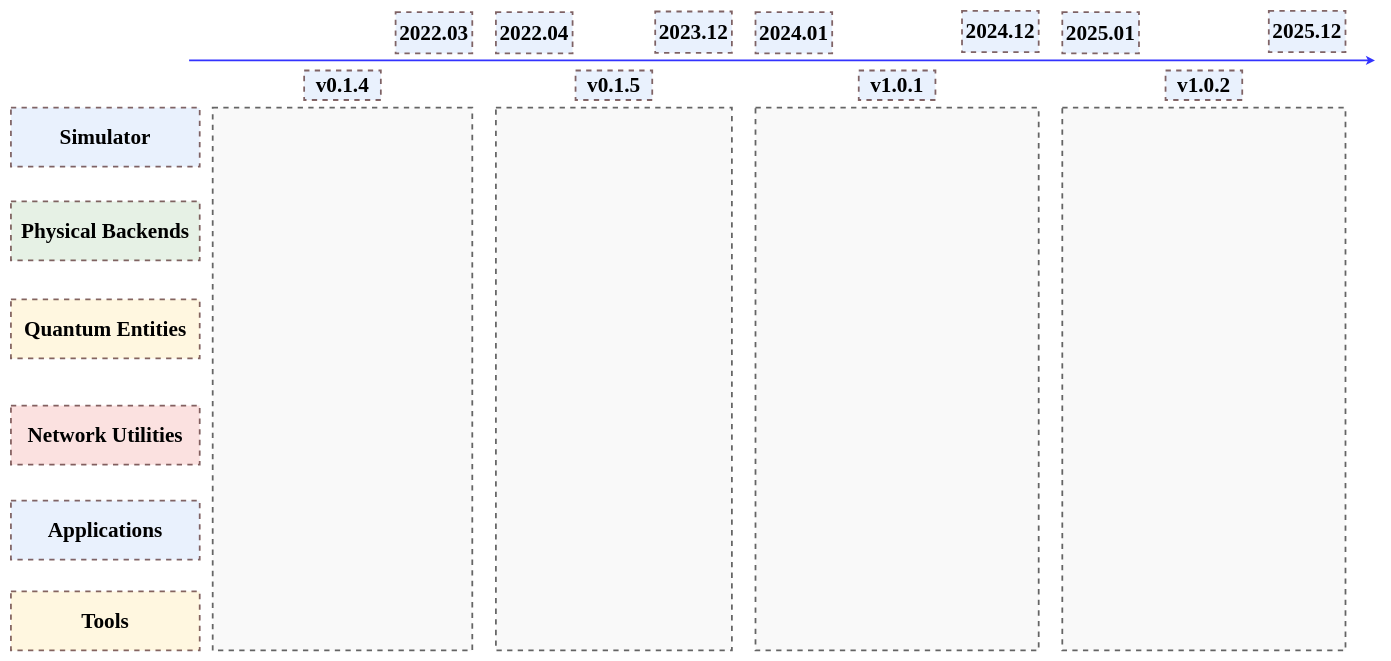
Earlier version of the draw.io diagram 未命名绘图.drawio (yyq2020/simqn_roadmap). Source tidied: cells renumbered, new cells numbered last; positions are measured from the earlier drawing's top-left corner, leaving out a move shared by most shapes. Both pictures are drawn from the tidied source at 59%, with x=0, y=0 at pixel (11, 11).
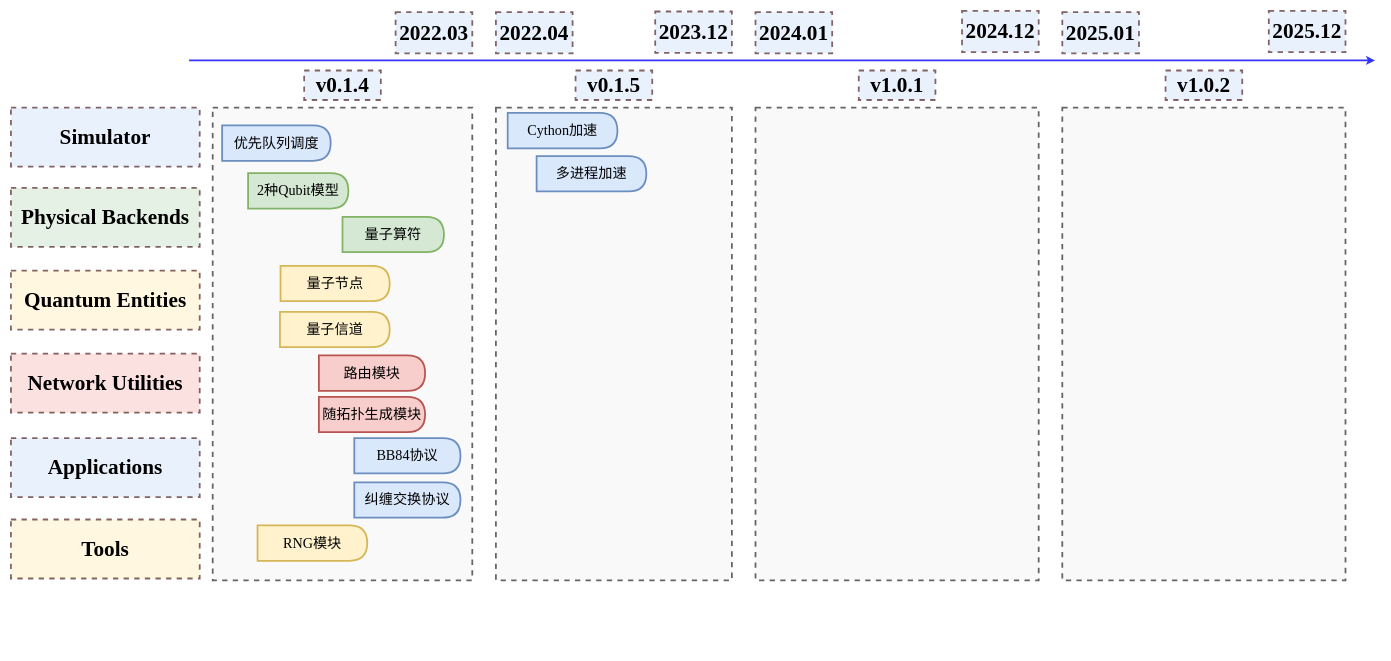
The same page after the edit.

Commit message (it also covers changes not shown here):
更新未命名绘图.drawio

Change to the diagram source:
```diff
@@
     <mxCell id="3" style="rounded=0;whiteSpace=wrap;html=1;fillColor=#f5f5f5;fontColor=#333333;strokeColor=default;gradientColor=none;opacity=60;labelPosition=center;verticalLabelPosition=middle;align=center;verticalAlign=middle;fontFamily=Times New Roman;fontSize=20;dashed=1;strokeWidth=3;" parent="1" vertex="1">
-      <mxGeometry x="342" y="164" width="440" height="920" as="geometry" />
+      <mxGeometry x="342" y="164" width="440" height="801" as="geometry" />
     </mxCell>
     <mxCell id="4" style="rounded=0;whiteSpace=wrap;html=1;fillColor=#f5f5f5;fontColor=#333333;strokeColor=default;gradientColor=none;opacity=60;labelPosition=center;verticalLabelPosition=middle;align=center;verticalAlign=middle;fontFamily=Times New Roman;fontSize=20;dashed=1;strokeWidth=3;" parent="1" vertex="1">
-      <mxGeometry x="1262" y="164" width="480" height="920" as="geometry" />
+      <mxGeometry x="1262" y="164" width="480" height="801" as="geometry" />
     </mxCell>
     <mxCell id="5" style="rounded=0;whiteSpace=wrap;html=1;fillColor=#f5f5f5;fontColor=#333333;strokeColor=default;gradientColor=none;opacity=60;labelPosition=center;verticalLabelPosition=middle;align=center;verticalAlign=middle;fontFamily=Times New Roman;fontSize=20;dashed=1;strokeWidth=3;" parent="1" vertex="1">
-      <mxGeometry x="822" y="164" width="400" height="920" as="geometry" />
+      <mxGeometry x="822" y="164" width="400" height="801" as="geometry" />
     </mxCell>
@@
     <mxCell id="7" value="&lt;font style=&quot;font-size: 36px;&quot;&gt;Applications&lt;/font&gt;" style="rounded=0;whiteSpace=wrap;html=1;fillColor=#dae8fc;strokeColor=#330000;opacity=60;labelPosition=center;verticalLabelPosition=middle;align=center;verticalAlign=middle;fontFamily=Times New Roman;fontSize=20;dashed=1;strokeWidth=3;fontStyle=1;" parent="1" vertex="1">
-      <mxGeometry y="830" width="320" height="100" as="geometry" />
+      <mxGeometry y="724" width="320" height="100" as="geometry" />
     </mxCell>
     <mxCell id="8" value="&lt;font style=&quot;font-size: 36px;&quot;&gt;Physical Backends&lt;/font&gt;" style="rounded=0;whiteSpace=wrap;html=1;fillColor=#d5e8d4;strokeColor=#330000;opacity=60;labelPosition=center;verticalLabelPosition=middle;align=center;verticalAlign=middle;fontFamily=Times New Roman;fontSize=20;dashed=1;strokeWidth=3;fontStyle=1;" parent="1" vertex="1">
-      <mxGeometry y="323" width="320" height="100" as="geometry" />
+      <mxGeometry y="300" width="320" height="100" as="geometry" />
     </mxCell>
     <mxCell id="9" value="&lt;font style=&quot;font-size: 36px;&quot;&gt;Quantum Entities&lt;/font&gt;" style="rounded=0;whiteSpace=wrap;html=1;fillColor=#fff2cc;strokeColor=#330000;opacity=60;labelPosition=center;verticalLabelPosition=middle;align=center;verticalAlign=middle;fontFamily=Times New Roman;fontSize=20;dashed=1;strokeWidth=3;fontStyle=1;" parent="1" vertex="1">
-      <mxGeometry y="489" width="320" height="100" as="geometry" />
+      <mxGeometry y="440" width="320" height="100" as="geometry" />
     </mxCell>
     <mxCell id="10" value="&lt;font style=&quot;font-size: 36px;&quot;&gt;Network Utilities&lt;/font&gt;" style="rounded=0;whiteSpace=wrap;html=1;fillColor=#f8cecc;strokeColor=#330000;opacity=60;labelPosition=center;verticalLabelPosition=middle;align=center;verticalAlign=middle;fontFamily=Times New Roman;fontSize=20;dashed=1;strokeWidth=3;fontStyle=1;" parent="1" vertex="1">
-      <mxGeometry y="669" width="320" height="100" as="geometry" />
+      <mxGeometry y="581" width="320" height="100" as="geometry" />
     </mxCell>
     <mxCell id="11" value="&lt;font style=&quot;font-size: 36px;&quot;&gt;Tools&lt;/font&gt;" style="rounded=0;whiteSpace=wrap;html=1;fillColor=#fff2cc;strokeColor=#330000;opacity=60;labelPosition=center;verticalLabelPosition=middle;align=center;verticalAlign=middle;fontFamily=Times New Roman;fontSize=20;dashed=1;strokeWidth=3;fontStyle=1;" parent="1" vertex="1">
-      <mxGeometry y="984" width="320" height="100" as="geometry" />
+      <mxGeometry y="862" width="320" height="100" as="geometry" />
     </mxCell>
     <mxCell id="12" style="rounded=0;whiteSpace=wrap;html=1;fillColor=#f5f5f5;fontColor=#333333;strokeColor=default;gradientColor=none;opacity=60;labelPosition=center;verticalLabelPosition=middle;align=center;verticalAlign=middle;fontFamily=Times New Roman;fontSize=20;dashed=1;strokeWidth=3;" parent="1" vertex="1">
-      <mxGeometry x="1782" y="164" width="480" height="920" as="geometry" />
+      <mxGeometry x="1782" y="164" width="480" height="801" as="geometry" />
     </mxCell>
@@
+    <mxCell id="24" value="&lt;font style=&quot;font-size: 24px;&quot; face=&quot;Times New Roman&quot;&gt;优先队列调度&lt;/font&gt;" style="shape=delay;whiteSpace=wrap;html=1;fillColor=#dae8fc;strokeColor=#6c8ebf;strokeWidth=3;" parent="1" vertex="1">
+      <mxGeometry x="358" y="194" width="184" height="60" as="geometry" />
+    </mxCell>
+    <mxCell id="25" value="&lt;font style=&quot;font-size: 24px;&quot; face=&quot;Times New Roman&quot;&gt;2种Qubit模型&lt;/font&gt;" style="shape=delay;whiteSpace=wrap;html=1;fillColor=#d5e8d4;strokeColor=#82b366;strokeWidth=3;" parent="1" vertex="1">
+      <mxGeometry x="402" y="275" width="170" height="60" as="geometry" />
+    </mxCell>
+    <mxCell id="26" value="&lt;font style=&quot;font-size: 24px;&quot; face=&quot;Times New Roman&quot;&gt;量子算符&lt;/font&gt;" style="shape=delay;whiteSpace=wrap;html=1;fillColor=#d5e8d4;strokeColor=#82b366;strokeWidth=3;" parent="1" vertex="1">
+      <mxGeometry x="562" y="349" width="172" height="60" as="geometry" />
+    </mxCell>
+    <mxCell id="27" value="&lt;font face=&quot;Times New Roman&quot;&gt;&lt;span style=&quot;font-size: 24px;&quot;&gt;量子节点&lt;/span&gt;&lt;/font&gt;" style="shape=delay;whiteSpace=wrap;html=1;fillColor=#fff2cc;strokeColor=#d6b656;strokeWidth=3;" parent="1" vertex="1">
+      <mxGeometry x="457" y="432" width="185" height="60" as="geometry" />
+    </mxCell>
+    <mxCell id="28" value="&lt;font face=&quot;Times New Roman&quot;&gt;&lt;span style=&quot;font-size: 24px;&quot;&gt;量子信道&lt;/span&gt;&lt;/font&gt;" style="shape=delay;whiteSpace=wrap;html=1;fillColor=#fff2cc;strokeColor=#d6b656;strokeWidth=3;" parent="1" vertex="1">
+      <mxGeometry x="456" y="510" width="186" height="60" as="geometry" />
+    </mxCell>
+    <mxCell id="29" value="&lt;font style=&quot;font-size: 24px;&quot; face=&quot;Times New Roman&quot;&gt;路由模块&lt;/font&gt;" style="shape=delay;whiteSpace=wrap;html=1;fillColor=#f8cecc;strokeColor=#b85450;strokeWidth=3;" parent="1" vertex="1">
+      <mxGeometry x="522" y="584" width="180" height="60" as="geometry" />
+    </mxCell>
+    <mxCell id="30" value="&lt;font style=&quot;font-size: 24px;&quot; face=&quot;Times New Roman&quot;&gt;BB84协议&lt;/font&gt;" style="shape=delay;whiteSpace=wrap;html=1;fillColor=#dae8fc;strokeColor=#6c8ebf;strokeWidth=3;" parent="1" vertex="1">
+      <mxGeometry x="582" y="724" width="180" height="60" as="geometry" />
+    </mxCell>
+    <mxCell id="31" value="&lt;font face=&quot;Times New Roman&quot;&gt;&lt;span style=&quot;font-size: 24px;&quot;&gt;RNG模块&lt;/span&gt;&lt;/font&gt;" style="shape=delay;whiteSpace=wrap;html=1;fillColor=#fff2cc;strokeColor=#d6b656;strokeWidth=3;" parent="1" vertex="1">
+      <mxGeometry x="418" y="872" width="186" height="60" as="geometry" />
+    </mxCell>
+    <mxCell id="32" value="&lt;font style=&quot;font-size: 24px;&quot; face=&quot;Times New Roman&quot;&gt;随拓扑生成模块&lt;/font&gt;" style="shape=delay;whiteSpace=wrap;html=1;fillColor=#f8cecc;strokeColor=#b85450;strokeWidth=3;" parent="1" vertex="1">
+      <mxGeometry x="522" y="654" width="180" height="60" as="geometry" />
+    </mxCell>
+    <mxCell id="33" value="&lt;font style=&quot;font-size: 24px;&quot; face=&quot;Times New Roman&quot;&gt;纠缠交换协议&lt;/font&gt;" style="shape=delay;whiteSpace=wrap;html=1;fillColor=#dae8fc;strokeColor=#6c8ebf;strokeWidth=3;" parent="1" vertex="1">
+      <mxGeometry x="582" y="799" width="180" height="60" as="geometry" />
+    </mxCell>
+    <mxCell id="34" value="&lt;font face=&quot;Times New Roman&quot;&gt;&lt;span style=&quot;font-size: 24px;&quot;&gt;Cython加速&lt;/span&gt;&lt;/font&gt;" style="shape=delay;whiteSpace=wrap;html=1;fillColor=#dae8fc;strokeColor=#6c8ebf;strokeWidth=3;" parent="1" vertex="1">
+      <mxGeometry x="842" y="173" width="186" height="60" as="geometry" />
+    </mxCell>
+    <mxCell id="35" value="&lt;font face=&quot;Times New Roman&quot;&gt;&lt;span style=&quot;font-size: 24px;&quot;&gt;多进程加速&lt;/span&gt;&lt;/font&gt;" style="shape=delay;whiteSpace=wrap;html=1;fillColor=#dae8fc;strokeColor=#6c8ebf;strokeWidth=3;" parent="1" vertex="1">
+      <mxGeometry x="891" y="246" width="186" height="60" as="geometry" />
+    </mxCell>
```
